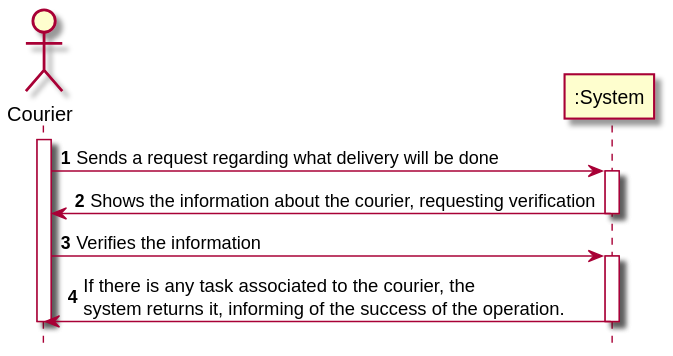
tiagoavcosta25/LAPR3 keeps this PlantUML diagram as docs/Iteration 1/Pharmacy Management/US40_RegisterPhamacy/US40_SSD.svg. Above is the earlier version. Its diagram source:
```plantuml
@startuml
autonumber
hide footbox

actor "Courier" as COUR

participant ":System" as SYST

activate COUR

COUR -> SYST : Sends a request regarding what delivery will be done
activate SYST
SYST -> COUR : Shows the information about the courier, requesting verification
deactivate SYST

COUR -> SYST : Verifies the information
activate SYST
SYST -> COUR : If there is any task associated to the courier, the \nsystem returns it, informing of the success of the operation.
deactivate SYST

deactivate COUR

@enduml
```
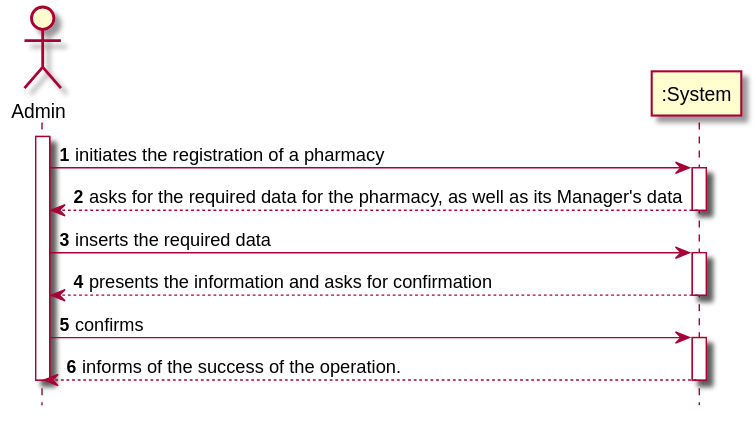
The same diagram one commit later.

Commit message:
LAPR2AP2-78 #close Register Pharmacy [Analysis]

Change to the diagram source:
```diff
@@ -2,22 +2,26 @@
 autonumber
 hide footbox
 
-actor "Courier" as COUR
-
+actor "Admin" as ADM
 participant ":System" as SYST
 
-activate COUR
+activate ADM
 
-COUR -> SYST : Sends a request regarding what delivery will be done
+ADM -> SYST : initiates the registration of a pharmacy
 activate SYST
-SYST -> COUR : Shows the information about the courier, requesting verification
+SYST --> ADM : asks for the required data for the pharmacy, as well as its Manager's data
 deactivate SYST
 
-COUR -> SYST : Verifies the information
+ADM -> SYST : inserts the required data
 activate SYST
-SYST -> COUR : If there is any task associated to the courier, the \nsystem returns it, informing of the success of the operation.
+SYST --> ADM : presents the information and asks for confirmation
 deactivate SYST
 
-deactivate COUR
+ADM -> SYST : confirms
+activate SYST
+SYST --> ADM : informs of the success of the operation.
+deactivate SYST
+
+deactivate ADM
 
 @enduml
```
